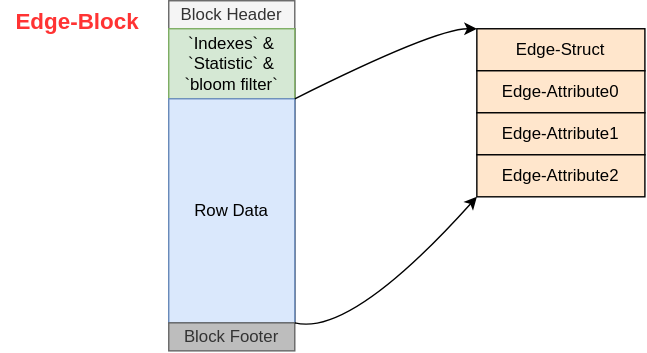
Earlier version of the draw.io export graph/sgf_infr.svg (learn2Pro/draw_io_save). Source tidied: cells renumbered, new cells last; positions are measured from the earlier drawing's top-left corner, leaving out a move shared by most shapes. The source it was exported from:
```xml
<mxGraphModel>
  <root>
    <mxCell id="0" />
    <mxCell id="1" parent="0" />
    <mxCell id="2" value="&lt;font color=&quot;#ff3333&quot; style=&quot;font-size: 16px&quot;&gt;&lt;b&gt;Edge-Block&lt;/b&gt;&lt;/font&gt;" style="text;html=1;strokeColor=none;fillColor=none;align=center;verticalAlign=middle;whiteSpace=wrap;rounded=0;" parent="1" vertex="1">
      <mxGeometry width="110" height="30" as="geometry" />
    </mxCell>
    <mxCell id="3" style="group;" parent="1" vertex="1">
      <mxGeometry x="120" width="90" height="250" as="geometry" />
    </mxCell>
    <mxCell id="4" style="group;" parent="3" vertex="1">
      <mxGeometry width="90" height="250" as="geometry" />
    </mxCell>
    <mxCell id="5" style="group;" parent="4" vertex="1">
      <mxGeometry width="90" height="250" as="geometry" />
    </mxCell>
    <mxCell id="6" style="rounded=0;whiteSpace=wrap;html=1;" parent="5" vertex="1">
      <mxGeometry y="20" width="90" height="210" as="geometry" />
    </mxCell>
    <mxCell id="7" value="Block Header" style="rounded=0;whiteSpace=wrap;html=1;fillColor=#f5f5f5;strokeColor=#666666;fontColor=#333333;" parent="5" vertex="1">
      <mxGeometry width="90" height="20" as="geometry" />
    </mxCell>
    <mxCell id="8" value="`Indexes` &amp;amp; `Statistic` &amp;amp; `bloom filter`" style="rounded=0;whiteSpace=wrap;html=1;fillColor=#d5e8d4;strokeColor=#82b366;" parent="5" vertex="1">
      <mxGeometry y="20" width="90" height="50" as="geometry" />
    </mxCell>
    <mxCell id="9" value="Row Data" style="rounded=0;whiteSpace=wrap;html=1;strokeColor=#6c8ebf;fillColor=#dae8fc;" parent="5" vertex="1">
      <mxGeometry y="70" width="90" height="160" as="geometry" />
    </mxCell>
    <mxCell id="10" value="Block Footer" style="rounded=0;whiteSpace=wrap;html=1;strokeColor=#666666;fontColor=#333333;fillColor=#BDBDBD;" parent="5" vertex="1">
      <mxGeometry y="230" width="90" height="20" as="geometry" />
    </mxCell>
    <mxCell id="11" style="curved=1;endArrow=classic;html=1;exitX=1;exitY=0;exitDx=0;exitDy=0;entryX=0;entryY=0;entryDx=0;entryDy=0;" parent="1" edge="1" source="9" target="14">
      <mxGeometry relative="1" as="geometry">
        <Array as="points">
          <mxPoint x="310" y="20" />
        </Array>
      </mxGeometry>
    </mxCell>
    <mxCell id="12" style="curved=1;endArrow=classic;html=1;exitX=1;exitY=0;exitDx=0;exitDy=0;entryX=0;entryY=1;entryDx=0;entryDy=0;" parent="1" edge="1" source="10" target="17">
      <mxGeometry relative="1" as="geometry">
        <Array as="points">
          <mxPoint x="250" y="240" />
        </Array>
      </mxGeometry>
    </mxCell>
    <mxCell id="13" style="group;" parent="1" vertex="1">
      <mxGeometry x="340" y="20" width="120" height="120" as="geometry" />
    </mxCell>
    <mxCell id="14" value="Edge-Struct" style="rounded=0;whiteSpace=wrap;html=1;fillColor=#FFE6CC;" parent="13" vertex="1">
      <mxGeometry width="120" height="30" as="geometry" />
    </mxCell>
    <mxCell id="15" value="Edge-Attribute0" style="rounded=0;whiteSpace=wrap;html=1;fillColor=#FFE6CC;" parent="13" vertex="1">
      <mxGeometry y="30" width="120" height="30" as="geometry" />
    </mxCell>
    <mxCell id="16" value="Edge-Attribute1" style="rounded=0;whiteSpace=wrap;html=1;fillColor=#FFE6CC;" parent="13" vertex="1">
      <mxGeometry y="60" width="120" height="30" as="geometry" />
    </mxCell>
    <mxCell id="17" value="Edge-Attribute2" style="rounded=0;whiteSpace=wrap;html=1;fillColor=#FFE6CC;" parent="13" vertex="1">
      <mxGeometry y="90" width="120" height="30" as="geometry" />
    </mxCell>
  </root>
</mxGraphModel>
```
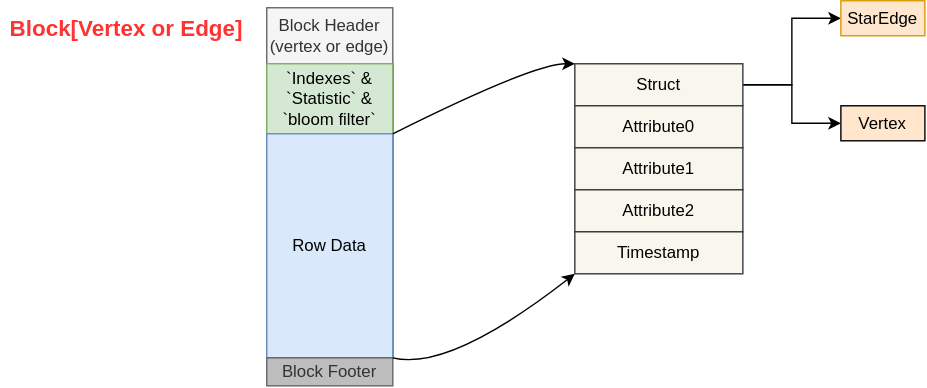
After the commit.

Diff of the diagram source:
```diff
@@ -2,8 +2,8 @@
   <root>
     <mxCell id="0" />
     <mxCell id="1" parent="0" />
-    <mxCell id="2" value="&lt;font color=&quot;#ff3333&quot; style=&quot;font-size: 16px&quot;&gt;&lt;b&gt;Edge-Block&lt;/b&gt;&lt;/font&gt;" style="text;html=1;strokeColor=none;fillColor=none;align=center;verticalAlign=middle;whiteSpace=wrap;rounded=0;" parent="1" vertex="1">
-      <mxGeometry width="110" height="30" as="geometry" />
+    <mxCell id="2" value="&lt;b style=&quot;color: rgb(255 , 51 , 51) ; font-size: 16px&quot;&gt;Block[Vertex or Edge]&lt;/b&gt;" style="text;html=1;strokeColor=none;fillColor=none;align=center;verticalAlign=middle;whiteSpace=wrap;rounded=0;" parent="1" vertex="1">
+      <mxGeometry x="-70" y="-20" width="180" height="30" as="geometry" />
     </mxCell>
     <mxCell id="3" style="group;" parent="1" vertex="1">
       <mxGeometry x="120" width="90" height="250" as="geometry" />
@@ -11,22 +11,19 @@
     <mxCell id="4" style="group;" parent="3" vertex="1">
       <mxGeometry width="90" height="250" as="geometry" />
     </mxCell>
-    <mxCell id="5" style="group;" parent="4" vertex="1">
-      <mxGeometry width="90" height="250" as="geometry" />
-    </mxCell>
-    <mxCell id="6" style="rounded=0;whiteSpace=wrap;html=1;" parent="5" vertex="1">
+    <mxCell id="6" style="rounded=0;whiteSpace=wrap;html=1;" parent="4" vertex="1">
       <mxGeometry y="20" width="90" height="210" as="geometry" />
     </mxCell>
-    <mxCell id="7" value="Block Header" style="rounded=0;whiteSpace=wrap;html=1;fillColor=#f5f5f5;strokeColor=#666666;fontColor=#333333;" parent="5" vertex="1">
-      <mxGeometry width="90" height="20" as="geometry" />
+    <mxCell id="7" value="Block Header&lt;br&gt;(vertex or edge)" style="rounded=0;whiteSpace=wrap;html=1;fillColor=#f5f5f5;strokeColor=#666666;fontColor=#333333;" parent="4" vertex="1">
+      <mxGeometry y="-20" width="90" height="40" as="geometry" />
     </mxCell>
-    <mxCell id="8" value="`Indexes` &amp;amp; `Statistic` &amp;amp; `bloom filter`" style="rounded=0;whiteSpace=wrap;html=1;fillColor=#d5e8d4;strokeColor=#82b366;" parent="5" vertex="1">
+    <mxCell id="8" value="`Indexes` &amp;amp; `Statistic` &amp;amp; `bloom filter`" style="rounded=0;whiteSpace=wrap;html=1;fillColor=#d5e8d4;strokeColor=#82b366;" parent="4" vertex="1">
       <mxGeometry y="20" width="90" height="50" as="geometry" />
     </mxCell>
-    <mxCell id="9" value="Row Data" style="rounded=0;whiteSpace=wrap;html=1;strokeColor=#6c8ebf;fillColor=#dae8fc;" parent="5" vertex="1">
+    <mxCell id="9" value="Row Data" style="rounded=0;whiteSpace=wrap;html=1;strokeColor=#6c8ebf;fillColor=#dae8fc;" parent="4" vertex="1">
       <mxGeometry y="70" width="90" height="160" as="geometry" />
     </mxCell>
-    <mxCell id="10" value="Block Footer" style="rounded=0;whiteSpace=wrap;html=1;strokeColor=#666666;fontColor=#333333;fillColor=#BDBDBD;" parent="5" vertex="1">
+    <mxCell id="10" value="Block Footer" style="rounded=0;whiteSpace=wrap;html=1;strokeColor=#666666;fontColor=#333333;fillColor=#BDBDBD;" parent="4" vertex="1">
       <mxGeometry y="230" width="90" height="20" as="geometry" />
     </mxCell>
     <mxCell id="11" style="curved=1;endArrow=classic;html=1;exitX=1;exitY=0;exitDx=0;exitDy=0;entryX=0;entryY=0;entryDx=0;entryDy=0;" parent="1" edge="1" source="9" target="14">
@@ -36,27 +33,39 @@
         </Array>
       </mxGeometry>
     </mxCell>
-    <mxCell id="12" style="curved=1;endArrow=classic;html=1;exitX=1;exitY=0;exitDx=0;exitDy=0;entryX=0;entryY=1;entryDx=0;entryDy=0;" parent="1" edge="1" source="10" target="17">
+    <mxCell id="12" style="curved=1;endArrow=classic;html=1;exitX=1;exitY=0;exitDx=0;exitDy=0;entryX=0;entryY=1;entryDx=0;entryDy=0;" parent="1" edge="1" source="10" target="20">
       <mxGeometry relative="1" as="geometry">
         <Array as="points">
           <mxPoint x="250" y="240" />
         </Array>
       </mxGeometry>
     </mxCell>
-    <mxCell id="13" style="group;" parent="1" vertex="1">
-      <mxGeometry x="340" y="20" width="120" height="120" as="geometry" />
-    </mxCell>
+    <mxCell id="18" style="edgeStyle=orthogonalEdgeStyle;rounded=0;jettySize=auto;html=1;exitX=1;exitY=0.5;exitDx=0;exitDy=0;entryX=0;entryY=0.5;entryDx=0;entryDy=0;" parent="1" edge="1" source="14" target="21">
+      <mxGeometry relative="1" as="geometry" />
+    </mxCell>
+    <mxCell id="19" style="edgeStyle=orthogonalEdgeStyle;rounded=0;jettySize=auto;html=1;entryX=0;entryY=0.5;entryDx=0;entryDy=0;" parent="1" edge="1" source="14" target="22">
+      <mxGeometry relative="1" as="geometry" />
+    </mxCell>
-    <mxCell id="14" value="Edge-Struct" style="rounded=0;whiteSpace=wrap;html=1;fillColor=#FFE6CC;" parent="13" vertex="1">
-      <mxGeometry width="120" height="30" as="geometry" />
+    <mxCell id="14" value="Struct" style="rounded=0;whiteSpace=wrap;html=1;fillColor=#f9f7ed;strokeColor=#36393d;" parent="1" vertex="1">
+      <mxGeometry x="340" y="20" width="120" height="30" as="geometry" />
     </mxCell>
-    <mxCell id="15" value="Edge-Attribute0" style="rounded=0;whiteSpace=wrap;html=1;fillColor=#FFE6CC;" parent="13" vertex="1">
-      <mxGeometry y="30" width="120" height="30" as="geometry" />
+    <mxCell id="15" value="Attribute0" style="rounded=0;whiteSpace=wrap;html=1;fillColor=#f9f7ed;strokeColor=#36393d;" parent="1" vertex="1">
+      <mxGeometry x="340" y="50" width="120" height="30" as="geometry" />
     </mxCell>
-    <mxCell id="16" value="Edge-Attribute1" style="rounded=0;whiteSpace=wrap;html=1;fillColor=#FFE6CC;" parent="13" vertex="1">
-      <mxGeometry y="60" width="120" height="30" as="geometry" />
+    <mxCell id="16" value="Attribute1" style="rounded=0;whiteSpace=wrap;html=1;fillColor=#f9f7ed;strokeColor=#36393d;" parent="1" vertex="1">
+      <mxGeometry x="340" y="80" width="120" height="30" as="geometry" />
     </mxCell>
-    <mxCell id="17" value="Edge-Attribute2" style="rounded=0;whiteSpace=wrap;html=1;fillColor=#FFE6CC;" parent="13" vertex="1">
-      <mxGeometry y="90" width="120" height="30" as="geometry" />
+    <mxCell id="17" value="Attribute2" style="rounded=0;whiteSpace=wrap;html=1;fillColor=#f9f7ed;strokeColor=#36393d;" parent="1" vertex="1">
+      <mxGeometry x="340" y="110" width="120" height="30" as="geometry" />
     </mxCell>
+    <mxCell id="20" value="Timestamp" style="rounded=0;whiteSpace=wrap;html=1;fillColor=#f9f7ed;strokeColor=#36393d;" parent="1" vertex="1">
+      <mxGeometry x="340" y="140" width="120" height="30" as="geometry" />
+    </mxCell>
+    <mxCell id="21" value="StarEdge" style="whiteSpace=wrap;html=1;rounded=0;strokeColor=#d79b00;fillColor=#ffe6cc;" parent="1" vertex="1">
+      <mxGeometry x="530" y="-25" width="60" height="25" as="geometry" />
+    </mxCell>
+    <mxCell id="22" value="Vertex" style="rounded=0;whiteSpace=wrap;html=1;fillColor=#FFE6CC;" parent="1" vertex="1">
+      <mxGeometry x="530" y="50" width="60" height="25" as="geometry" />
+    </mxCell>
   </root>
 </mxGraphModel>
```
